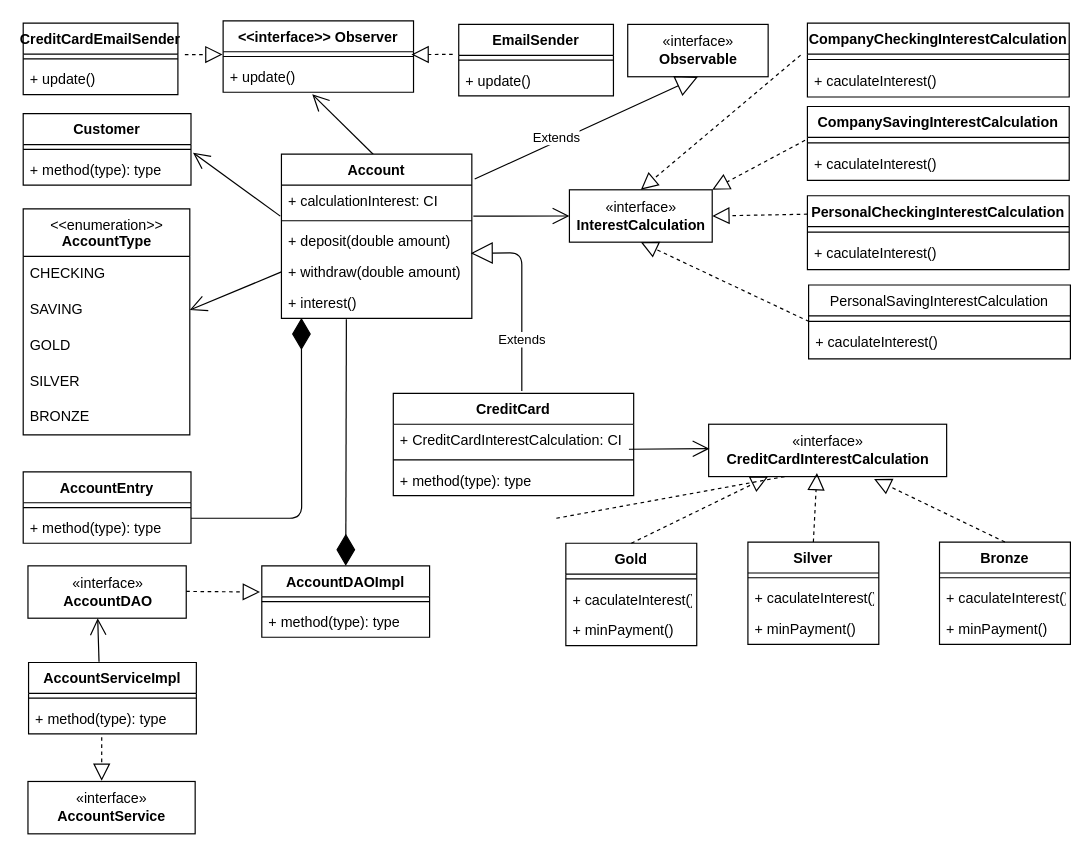
Before: documents/Class_Diagram.drawio in carwyndoan/bankproj, a draw.io diagram. Source tidied: cells renumbered, new cells numbered last; positions are measured from the earlier drawing's top-left corner, leaving out a move shared by most shapes. Both pictures are drawn from the tidied source at 119%, with x=0, y=0 at pixel (23, 20).
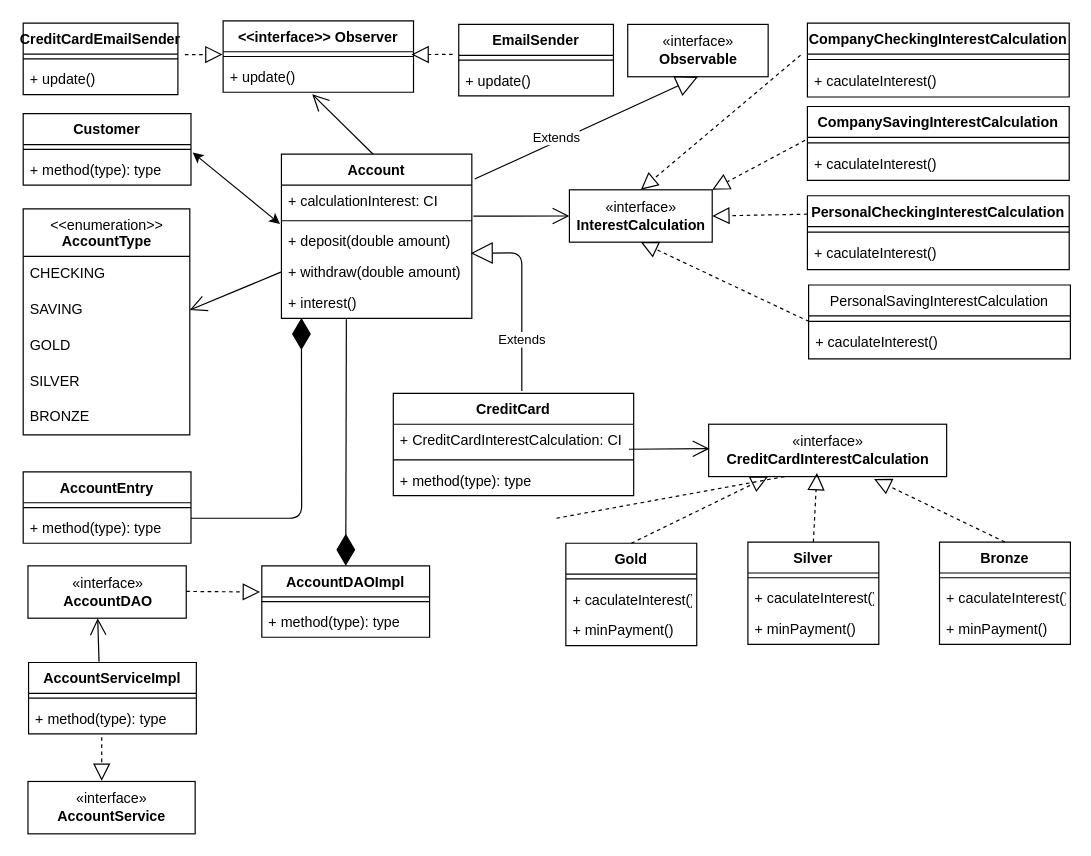
After the change.

Unchanged cells that the change refers to:
```xml
<mxCell id="29" value="+ method(type): type" style="text;strokeColor=none;fillColor=none;align=left;verticalAlign=top;spacingLeft=4;spacingRight=4;overflow=hidden;points=[[0,0.5],[1,0.5]];portConstraint=eastwest;" parent="27" vertex="1">
  <mxGeometry y="34" width="141" height="26" as="geometry" />
</mxCell>
<mxCell id="41" value="+ calculationInterest: CI" style="text;strokeColor=none;fillColor=none;align=left;verticalAlign=top;spacingLeft=4;spacingRight=4;overflow=hidden;points=[[0,0.5],[1,0.5]];portConstraint=eastwest;" parent="40" vertex="1">
  <mxGeometry y="26" width="160" height="26" as="geometry" />
</mxCell>
```

What changed in the source:
```diff
@@
-    <mxCell id="89" style="endArrow=open;endFill=1;endSize=12;html=1;entryX=1.012;entryY=-0.046;entryDx=0;entryDy=0;entryPerimeter=0;exitX=-0.006;exitY=1.005;exitDx=0;exitDy=0;exitPerimeter=0;" parent="1" edge="1" source="41" target="29">
-      <mxGeometry relative="1" as="geometry" />
-    </mxCell>
+    <mxCell id="90" style="endArrow=classic;startArrow=classic;html=1;entryX=0.996;entryY=-0.089;entryDx=0;entryDy=0;entryPerimeter=0;exitX=-0.02;exitY=-0.089;exitDx=0;exitDy=0;exitPerimeter=0;" parent="1" edge="1">
+      <mxGeometry relative="1" as="geometry">
+        <mxPoint x="215.8" y="170.7" as="sourcePoint" />
+        <mxPoint x="142.4" y="110.7" as="targetPoint" />
+      </mxGeometry>
+    </mxCell>
```
